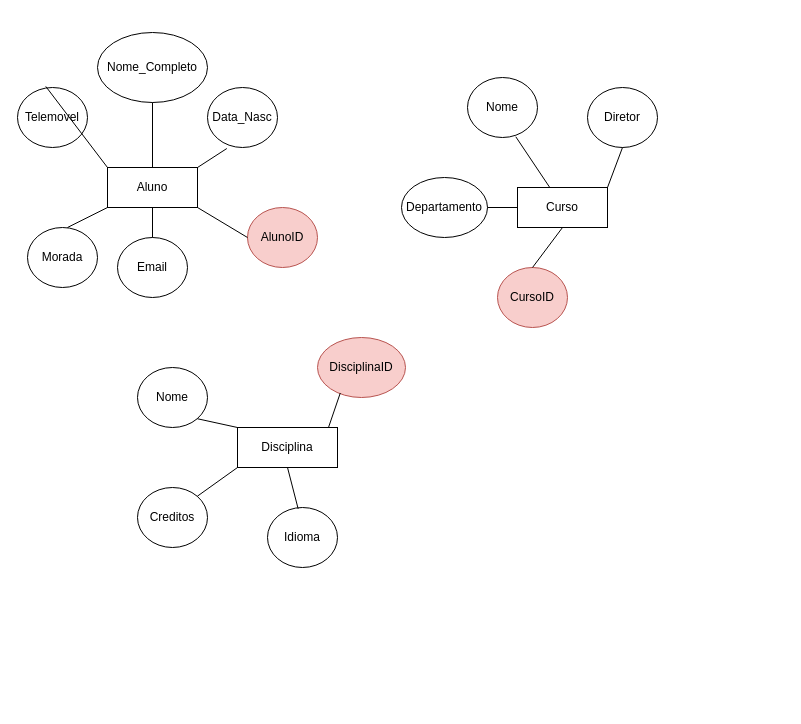
Above: Modelo EA - Pratica 1/pratica1.drawio in joaoabreu1/flowcharts (draw.io), before the change. Source tidied: cells renumbered, new cells numbered last; positions are measured from the earlier drawing's top-left corner, leaving out a move shared by most shapes. Both pictures are drawn from the tidied source at 100%, with x=0, y=0 at pixel (17, 32).
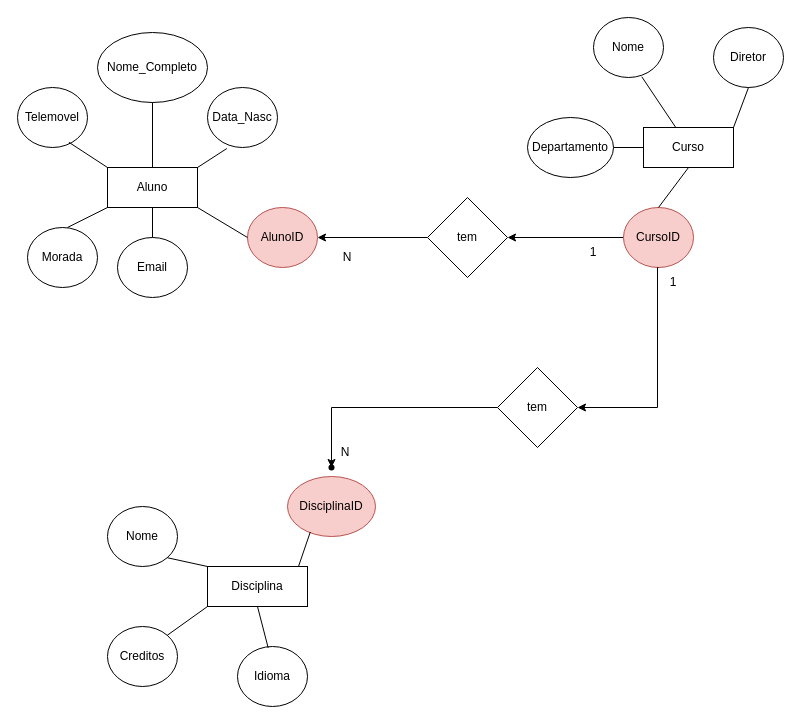
Above is the later version.

The change refers to these unchanged cells:
```xml
<mxCell id="2" value="AlunoID" style="ellipse;whiteSpace=wrap;html=1;fillColor=#f8cecc;strokeColor=#b85450;" parent="1" vertex="1">
  <mxGeometry x="230" y="175" width="70" height="60" as="geometry" />
</mxCell>
<mxCell id="4" value="Aluno" style="rounded=0;whiteSpace=wrap;html=1;" parent="1" vertex="1">
  <mxGeometry x="90" y="135" width="90" height="40" as="geometry" />
</mxCell>
<mxCell id="10" value="Telemovel" style="ellipse;whiteSpace=wrap;html=1;" parent="1" vertex="1">
  <mxGeometry y="55" width="70" height="60" as="geometry" />
</mxCell>
```

The edit, as a diff of the source:
```diff
@@
     <mxCell id="3" value="Curso" style="rounded=0;whiteSpace=wrap;html=1;" parent="1" vertex="1">
-      <mxGeometry x="500" y="155" width="90" height="40" as="geometry" />
+      <mxGeometry x="626" y="95" width="90" height="40" as="geometry" />
     </mxCell>
@@
     <mxCell id="5" value="Disciplina" style="rounded=0;whiteSpace=wrap;html=1;" parent="1" vertex="1">
-      <mxGeometry x="220" y="395" width="100" height="40" as="geometry" />
+      <mxGeometry x="190" y="534" width="100" height="40" as="geometry" />
     </mxCell>
@@
-    <mxCell id="16" style="endArrow=none;html=1;rounded=0;entryX=0;entryY=0;entryDx=0;entryDy=0;exitX=0.404;exitY=-0.018;exitDx=0;exitDy=0;exitPerimeter=0;" parent="1" edge="1" source="10" target="4">
+    <mxCell id="16" style="endArrow=none;html=1;rounded=0;entryX=0;entryY=0;entryDx=0;entryDy=0;exitX=0.734;exitY=0.913;exitDx=0;exitDy=0;exitPerimeter=0;" parent="1" edge="1" source="10" target="4">
       <mxGeometry relative="1" as="geometry" />
     </mxCell>
     <mxCell id="17" value="Nome" style="ellipse;whiteSpace=wrap;html=1;" parent="1" vertex="1">
-      <mxGeometry x="450" y="45" width="70" height="60" as="geometry" />
+      <mxGeometry x="576" y="-15" width="70" height="60" as="geometry" />
     </mxCell>
     <mxCell id="18" value="Departamento" style="ellipse;whiteSpace=wrap;html=1;" parent="1" vertex="1">
-      <mxGeometry x="384" y="145" width="86" height="60" as="geometry" />
+      <mxGeometry x="510" y="85" width="86" height="60" as="geometry" />
     </mxCell>
     <mxCell id="19" value="Diretor" style="ellipse;whiteSpace=wrap;html=1;" parent="1" vertex="1">
-      <mxGeometry x="570" y="55" width="70" height="60" as="geometry" />
+      <mxGeometry x="696" y="-5" width="70" height="60" as="geometry" />
     </mxCell>
+    <mxCell id="33" style="edgeStyle=orthogonalEdgeStyle;rounded=0;jettySize=auto;html=1;" parent="1" edge="1" source="20" target="35">
+      <mxGeometry relative="1" as="geometry" />
+    </mxCell>
     <mxCell id="20" value="CursoID" style="ellipse;whiteSpace=wrap;html=1;fillColor=#f8cecc;strokeColor=#b85450;" parent="1" vertex="1">
-      <mxGeometry x="480" y="235" width="70" height="60" as="geometry" />
+      <mxGeometry x="606" y="175" width="70" height="60" as="geometry" />
     </mxCell>
@@
     <mxCell id="25" value="Nome" style="ellipse;whiteSpace=wrap;html=1;" parent="1" vertex="1">
-      <mxGeometry x="120" y="335" width="70" height="60" as="geometry" />
+      <mxGeometry x="90" y="474" width="70" height="60" as="geometry" />
     </mxCell>
     <mxCell id="26" value="Creditos" style="ellipse;whiteSpace=wrap;html=1;" parent="1" vertex="1">
-      <mxGeometry x="120" y="455" width="70" height="60" as="geometry" />
+      <mxGeometry x="90" y="594" width="70" height="60" as="geometry" />
     </mxCell>
     <mxCell id="27" value="Idioma" style="ellipse;whiteSpace=wrap;html=1;" parent="1" vertex="1">
-      <mxGeometry x="250" y="475" width="70" height="60" as="geometry" />
+      <mxGeometry x="220" y="614" width="70" height="60" as="geometry" />
     </mxCell>
@@
     <mxCell id="31" value="DisciplinaID" style="ellipse;whiteSpace=wrap;html=1;fillColor=#f8cecc;strokeColor=#b85450;" parent="1" vertex="1">
-      <mxGeometry x="300" y="305" width="88" height="60" as="geometry" />
+      <mxGeometry x="270" y="444" width="88" height="60" as="geometry" />
     </mxCell>
@@
+    <mxCell id="34" style="edgeStyle=orthogonalEdgeStyle;rounded=0;jettySize=auto;html=1;" parent="1" edge="1" source="35" target="2">
+      <mxGeometry relative="1" as="geometry" />
+    </mxCell>
+    <mxCell id="35" value="tem" style="rhombus;whiteSpace=wrap;html=1;" parent="1" vertex="1">
+      <mxGeometry x="410" y="165" width="80" height="80" as="geometry" />
+    </mxCell>
+    <mxCell id="36" value="1" style="text;html=1;align=center;verticalAlign=middle;whiteSpace=wrap;rounded=0;" parent="1" vertex="1">
+      <mxGeometry x="546" y="205" width="60" height="30" as="geometry" />
+    </mxCell>
+    <mxCell id="37" value="N" style="text;html=1;align=center;verticalAlign=middle;whiteSpace=wrap;rounded=0;" parent="1" vertex="1">
+      <mxGeometry x="300" y="210" width="60" height="30" as="geometry" />
+    </mxCell>
+    <mxCell id="38" style="edgeStyle=orthogonalEdgeStyle;rounded=0;jettySize=auto;html=1;entryX=0.438;entryY=0.895;entryDx=0;entryDy=0;entryPerimeter=0;" parent="1" edge="1" source="39" target="41">
+      <mxGeometry relative="1" as="geometry" />
+    </mxCell>
+    <mxCell id="39" value="tem" style="rhombus;whiteSpace=wrap;html=1;" parent="1" vertex="1">
+      <mxGeometry x="480" y="335" width="80" height="80" as="geometry" />
+    </mxCell>
+    <mxCell id="40" style="edgeStyle=orthogonalEdgeStyle;rounded=0;jettySize=auto;html=1;exitX=0.5;exitY=1;exitDx=0;exitDy=0;" parent="1" edge="1" source="20">
+      <mxGeometry relative="1" as="geometry">
+        <mxPoint x="560" y="375" as="targetPoint" />
+        <Array as="points">
+          <mxPoint x="640" y="235" />
+          <mxPoint x="640" y="375" />
+        </Array>
+      </mxGeometry>
+    </mxCell>
+    <mxCell id="41" style="shape=waypoint;sketch=0;size=6;points=[];fillColor=default;perimeter=centerPerimeter;snapToPoint=1;" parent="1" vertex="1">
+      <mxGeometry x="304" y="425" width="20" height="20" as="geometry" />
+    </mxCell>
+    <mxCell id="42" value="1" style="text;html=1;align=center;verticalAlign=middle;whiteSpace=wrap;rounded=0;" parent="1" vertex="1">
+      <mxGeometry x="626" y="235" width="60" height="30" as="geometry" />
+    </mxCell>
+    <mxCell id="43" value="N" style="text;html=1;align=center;verticalAlign=middle;whiteSpace=wrap;rounded=0;" parent="1" vertex="1">
+      <mxGeometry x="298" y="405" width="60" height="30" as="geometry" />
+    </mxCell>
```
